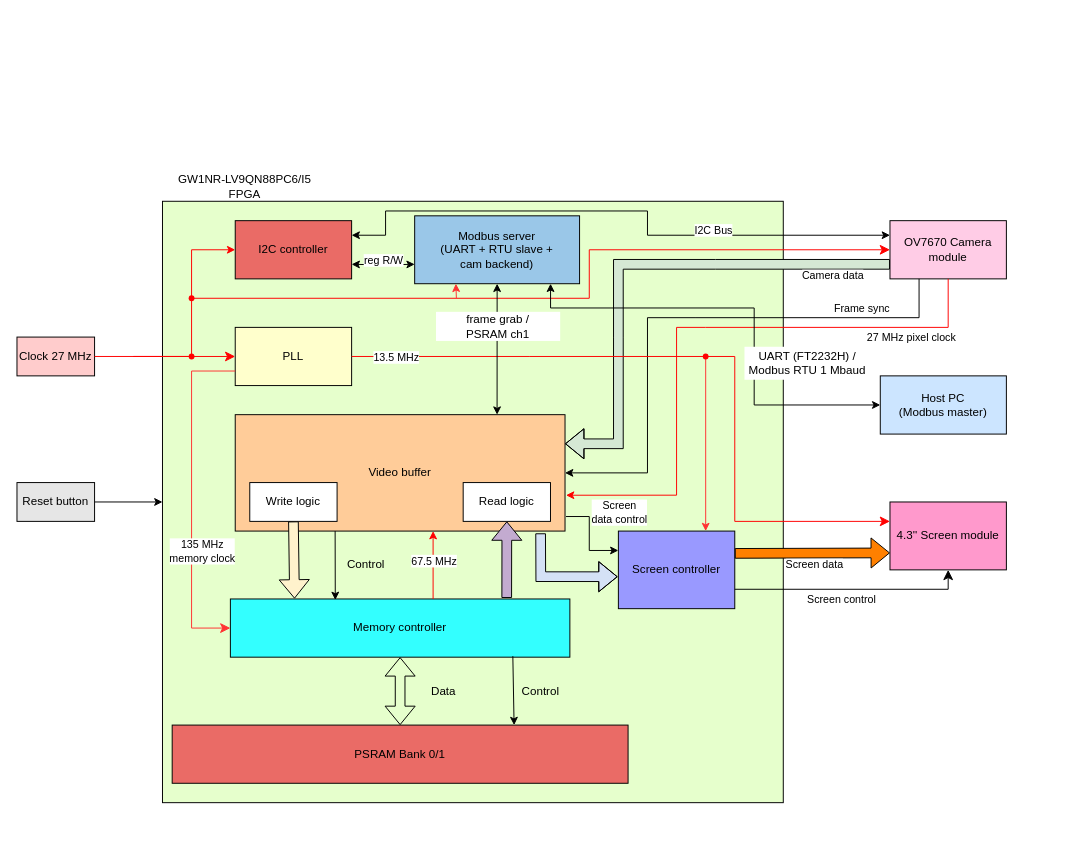
phoenix367/tang_nano_9K_ov7670 keeps this draw.io diagram as doc/system_structure.drawio. Above is the earlier version. Source tidied: cells renumbered, new cells numbered last; positions are measured from the earlier drawing's top-left corner, leaving out a move shared by most shapes. Both pictures are drawn from the tidied source at 97%, with x=0, y=0 at pixel (16, 172).
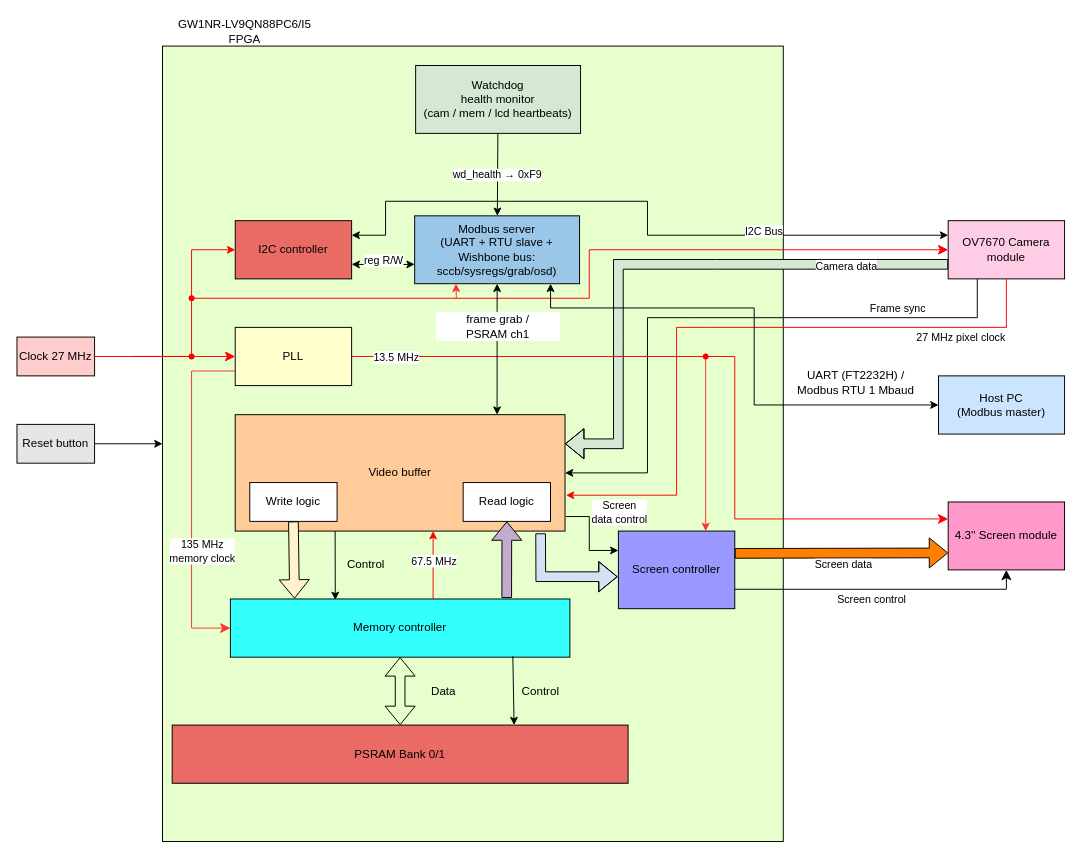
Above is the later version.

Unchanged cells that the change refers to:
```xml
<mxCell id="5" value="I2C controller" style="rounded=0;whiteSpace=wrap;html=1;fillColor=#EA6B66;" parent="1" vertex="1">
  <mxGeometry x="225" y="50" width="120" height="60" as="geometry" />
</mxCell>
<mxCell id="7" value="Video buffer" style="rounded=0;whiteSpace=wrap;html=1;fillColor=#FFCC99;" parent="1" vertex="1">
  <mxGeometry x="225" y="250" width="340" height="120" as="geometry" />
</mxCell>
<mxCell id="12" value="PLL" style="rounded=0;whiteSpace=wrap;html=1;fillColor=#FFFFCC;" parent="1" vertex="1">
  <mxGeometry x="225" y="160" width="120" height="60" as="geometry" />
</mxCell>
<mxCell id="41" style="shape=waypoint;sketch=0;fillStyle=solid;size=6;points=[];fillColor=none;perimeter=centerPerimeter;snapToPoint=1;strokeColor=#FF0000;" parent="1" vertex="1">
  <mxGeometry x="170" y="180" width="20" height="20" as="geometry" />
</mxCell>
```

Diff of the diagram source:
```diff
@@
     <mxCell id="3" style="rounded=0;whiteSpace=wrap;html=1;fillColor=#E6FFCC;" parent="1" vertex="1">
-      <mxGeometry x="150" y="30" width="640" height="620" as="geometry" />
+      <mxGeometry x="150" y="-130" width="640" height="820" as="geometry" />
     </mxCell>
     <mxCell id="4" value="GW1NR-LV9QN88PC6/I5 FPGA" style="text;html=1;align=center;verticalAlign=middle;whiteSpace=wrap;rounded=0;" parent="1" vertex="1">
-      <mxGeometry x="150" width="170" height="30" as="geometry" />
+      <mxGeometry x="150" y="-160" width="170" height="30" as="geometry" />
     </mxCell>
@@
     <mxCell id="18" style="edgeStyle=elbowEdgeStyle;elbow=horizontal;endArrow=classic;html=1;curved=0;rounded=0;endSize=8;startSize=8;exitDx=0;exitDy=0;entryX=0;entryY=0.5;entryDx=0;entryDy=0;strokeColor=#FF0000;" parent="1" edge="1" source="41" target="12">
       <mxGeometry relative="1" as="geometry">
         <Array as="points">
-          <mxPoint x="120" y="210" />
+          <mxPoint x="120" y="50" />
         </Array>
       </mxGeometry>
     </mxCell>
@@
     <mxCell id="26" value="OV7670 Camera module" style="rounded=0;whiteSpace=wrap;html=1;fillColor=#FFCCE6;" parent="1" vertex="1">
-      <mxGeometry x="900" y="50" width="120" height="60" as="geometry" />
+      <mxGeometry x="960" y="50" width="120" height="60" as="geometry" />
     </mxCell>
     <mxCell id="27" value="4.3'' Screen module" style="rounded=0;whiteSpace=wrap;html=1;fillColor=#FF99CC;" parent="1" vertex="1">
-      <mxGeometry x="900" y="340" width="120" height="70" as="geometry" />
+      <mxGeometry x="960" y="340" width="120" height="70" as="geometry" />
     </mxCell>
     <mxCell id="28" style="endArrow=classic;startArrow=classic;html=1;rounded=0;exitX=1;exitY=0.25;exitDx=0;exitDy=0;entryX=0;entryY=0.25;entryDx=0;entryDy=0;" parent="1" edge="1" source="5" target="26">
       <mxGeometry relative="1" as="geometry">
         <Array as="points">
           <mxPoint x="380" y="65" />
-          <mxPoint x="380" y="40" />
-          <mxPoint x="650" y="40" />
+          <mxPoint x="380" y="30" />
+          <mxPoint x="510" y="30" />
+          <mxPoint x="650" y="30" />
           <mxPoint x="650" y="65" />
         </Array>
       </mxGeometry>
     </mxCell>
@@
-    <mxCell id="33" style="edgeStyle=elbowEdgeStyle;elbow=horizontal;endArrow=classic;html=1;curved=0;rounded=0;endSize=8;startSize=8;exitDx=0;exitDy=0;entryX=0;entryY=0.25;entryDx=0;entryDy=0;strokeColor=#FF0000;" parent="1" edge="1">
+    <mxCell id="33" style="edgeStyle=elbowEdgeStyle;elbow=horizontal;endArrow=classic;html=1;curved=0;rounded=0;endSize=8;startSize=8;exitDx=0;exitDy=0;entryX=0;entryY=0.25;entryDx=0;entryDy=0;strokeColor=#FF0000;" parent="1" edge="1" target="27">
       <mxGeometry relative="1" as="geometry">
         <mxPoint x="710" y="190" as="sourcePoint" />
-        <mxPoint x="900" y="360" as="targetPoint" />
         <Array as="points">
           <mxPoint x="740" y="282.5" />
         </Array>
       </mxGeometry>
     </mxCell>
@@
     <mxCell id="35" value="Reset button" style="rounded=0;whiteSpace=wrap;html=1;fillColor=#E6E6E6;" parent="1" vertex="1">
-      <mxGeometry y="320" width="80" height="40" as="geometry" />
+      <mxGeometry y="260" width="80" height="40" as="geometry" />
     </mxCell>
     <mxCell id="36" style="endArrow=classic;html=1;rounded=0;entryX=1;entryY=0.5;entryDx=0;entryDy=0;exitX=0.25;exitY=1;exitDx=0;exitDy=0;" parent="1" edge="1" source="26" target="7">
       <mxGeometry relative="1" as="geometry">
         <Array as="points">
-          <mxPoint x="930" y="150" />
+          <mxPoint x="990" y="150" />
           <mxPoint x="700" y="150" />
           <mxPoint x="650" y="150" />
           <mxPoint x="650" y="310" />
         </Array>
       </mxGeometry>
     </mxCell>
@@
     <mxCell id="38" style="endArrow=classic;html=1;rounded=0;entryX=1.003;entryY=0.692;entryDx=0;entryDy=0;exitX=0.5;exitY=1;exitDx=0;exitDy=0;entryPerimeter=0;strokeColor=#FF0000;" parent="1" edge="1" source="26" target="7">
       <mxGeometry relative="1" as="geometry">
         <Array as="points">
-          <mxPoint x="960" y="160" />
+          <mxPoint x="1020" y="160" />
           <mxPoint x="710" y="160" />
           <mxPoint x="680" y="160" />
           <mxPoint x="680" y="333" />
         </Array>
       </mxGeometry>
     </mxCell>
@@
-    <mxCell id="54" value="Modbus server&lt;br&gt;(UART + RTU slave +&lt;br&gt;cam backend)" style="rounded=0;whiteSpace=wrap;html=1;fillColor=#9AC7E8;" parent="1" vertex="1">
+    <mxCell id="54" value="Modbus server&lt;br&gt;(UART + RTU slave +&lt;br&gt;Wishbone bus: sccb/sysregs/grab/osd)" style="rounded=0;whiteSpace=wrap;html=1;fillColor=#9AC7E8;" parent="1" vertex="1">
       <mxGeometry x="410" y="45" width="170" height="70" as="geometry" />
     </mxCell>
     <mxCell id="55" value="Host PC&lt;br&gt;(Modbus master)" style="rounded=0;whiteSpace=wrap;html=1;fillColor=#CCE5FF;" parent="1" vertex="1">
-      <mxGeometry x="890" y="210" width="130" height="60" as="geometry" />
+      <mxGeometry x="950" y="210" width="130" height="60" as="geometry" />
     </mxCell>
@@
     <mxCell id="57" value="UART (FT2232H) /&lt;br&gt;Modbus RTU 1 Mbaud" style="text;html=1;align=center;verticalAlign=middle;whiteSpace=wrap;rounded=0;fillColor=#FFFFFF;strokeColor=none;" parent="1" vertex="1">
-      <mxGeometry x="750" y="180" width="130" height="34" as="geometry" />
+      <mxGeometry x="800" y="200" width="130" height="34" as="geometry" />
     </mxCell>
@@
+    <mxCell id="66" value="Watchdog&lt;br&gt;health monitor&lt;br&gt;(cam / mem / lcd heartbeats)" style="rounded=0;whiteSpace=wrap;html=1;fillColor=#D5E8D4;" parent="1" vertex="1">
+      <mxGeometry x="411" y="-110" width="170" height="70" as="geometry" />
+    </mxCell>
+    <mxCell id="67" value="wd_health → 0xF9" style="endArrow=classic;html=1;rounded=0;" parent="1" edge="1" source="66" target="54">
+      <mxGeometry relative="1" as="geometry" />
+    </mxCell>
```
